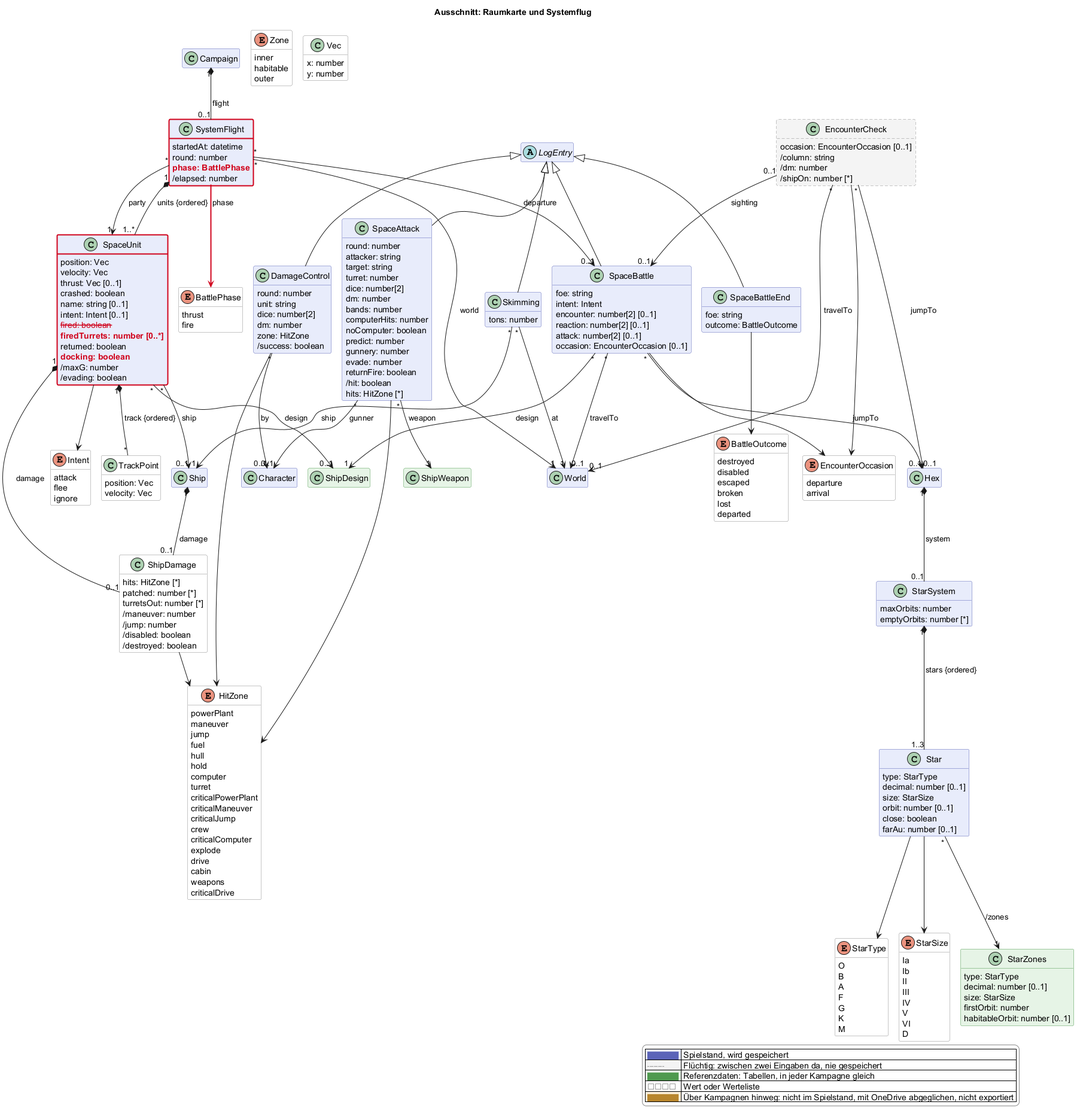
Earlier version of the PlantUML export docs/views/raum.png (scuzzar/SRE).
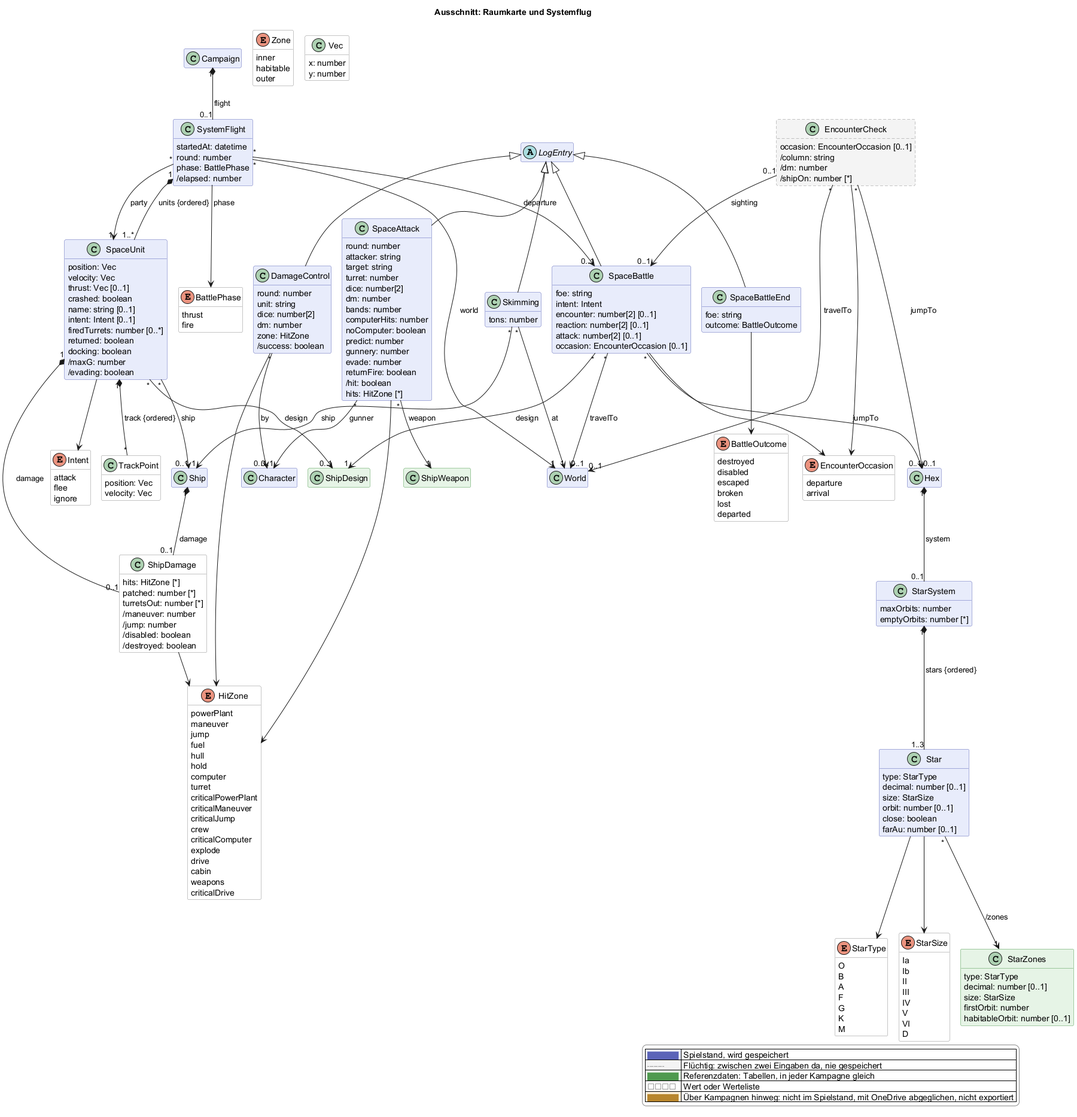
Above is the later version.

Diff of the diagram source:
```diff
@@ -79,7 +79,7 @@
   class SystemFlight $raum {
     startedAt: datetime
     round: number
-    $new("2026-11-23a", "phase: BattlePhase")
+    phase: BattlePhase
     /elapsed: number
   }
   class StarSystem $raum {
@@ -220,10 +220,9 @@
     crashed: boolean
     name: string [0..1]
     intent: Intent [0..1]
-    $gone("2026-11-23a", "fired: boolean")
-    $new("2026-11-23a", "firedTurrets: number [0..*]")
+    firedTurrets: number [0..*]
     returned: boolean
-    $new("2026-11-23c", "docking: boolean")
+    docking: boolean
     /maxG: number
     /evading: boolean
   }
@@ -259,7 +258,7 @@
 Campaign "1" *-- "0..1" SystemFlight : flight
 SystemFlight "*" --> "1" World : world
 SystemFlight "1" *-- "1..*" SpaceUnit : units {ordered}
-SystemFlight -$newArrow("2026-11-23a")-> BattlePhase : phase
+SystemFlight --> BattlePhase : phase
 SpaceUnit "*" --> "0..1" Ship : ship
 SpaceUnit "*" --> "0..1" ShipDesign : design
 SpaceUnit "1" *-- "0..1" ShipDamage : damage
@@ -315,6 +314,4 @@
   |<#ffffff> <color:#8a8a8a>□□□□</color> | Wert oder Werteliste |
   |<#fdf1dc> <color:#b8862e>████</color> | Über Kampagnen hinweg: nicht im Spielstand, mit OneDrive abgeglichen, nicht exportiert |
 endlegend
-class SystemFlight #line:d0021b;line.bold
-class SpaceUnit #line:d0021b;line.bold
 @enduml
```
